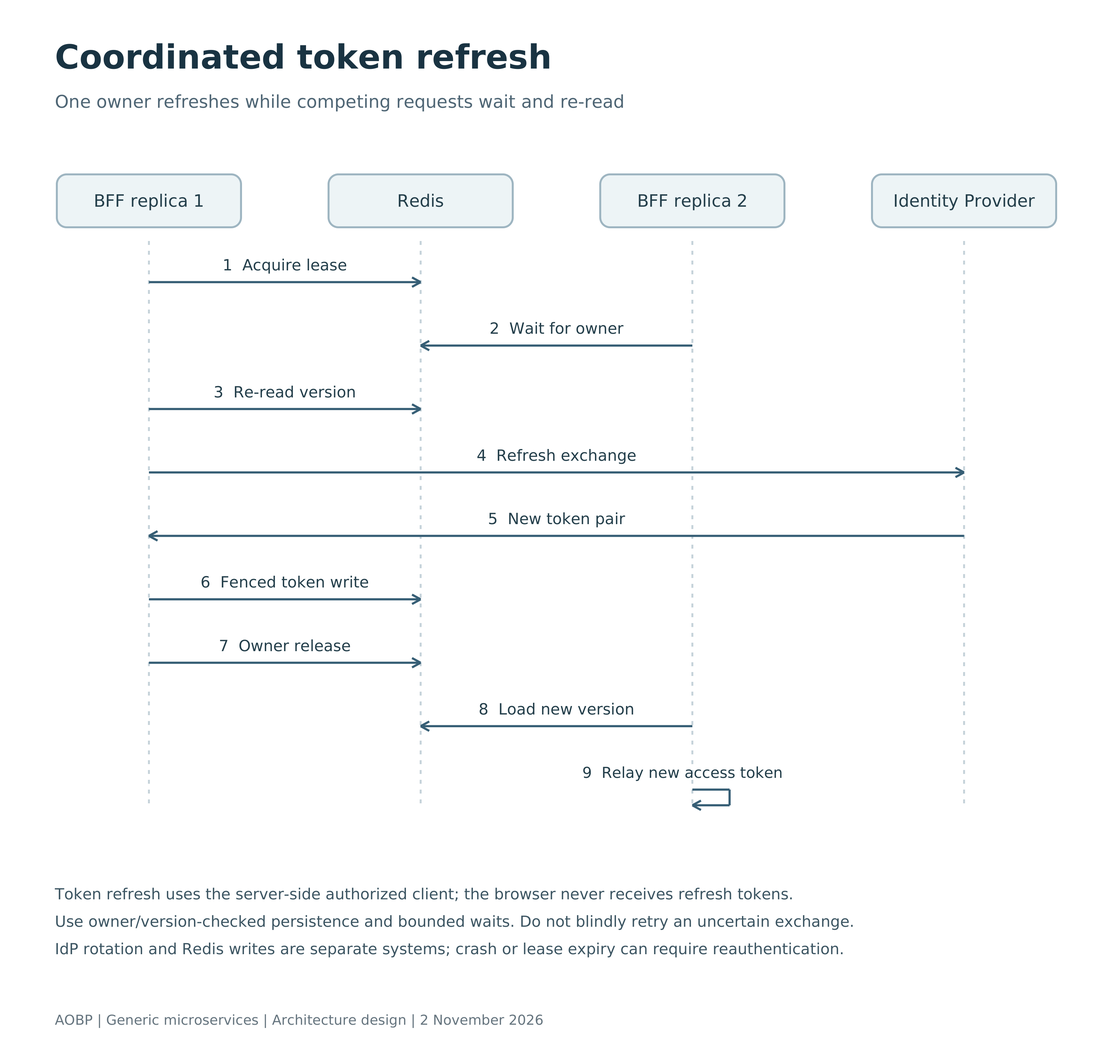
Earlier version of the Mermaid export docs/centralized-sso/images/05_token_refresh_sequence.png (renjithpta/app-dff-login-docs). Its source is kept beside it as docs/centralized-sso/diagram-source/05_token_refresh_sequence.mmd.
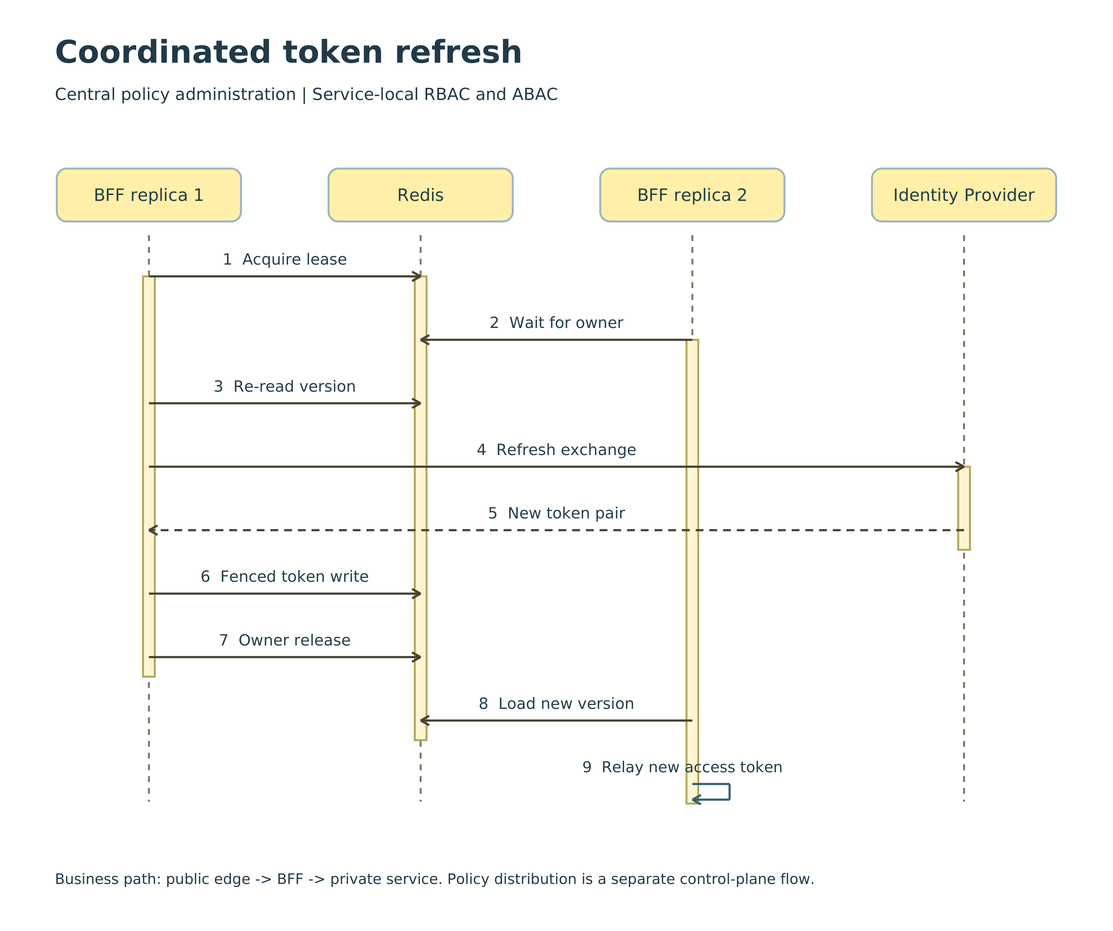
After the commit.

Change to the diagram source:
```diff
@@ -8,7 +8,7 @@
     P2->>P1: Wait for owner
     P0->>P1: Re-read version
     P0->>P3: Refresh exchange
-    P3->>P0: New token pair
+    P3-->>P0: New token pair
     P0->>P1: Fenced token write
     P0->>P1: Owner release
     P2->>P1: Load new version
```
